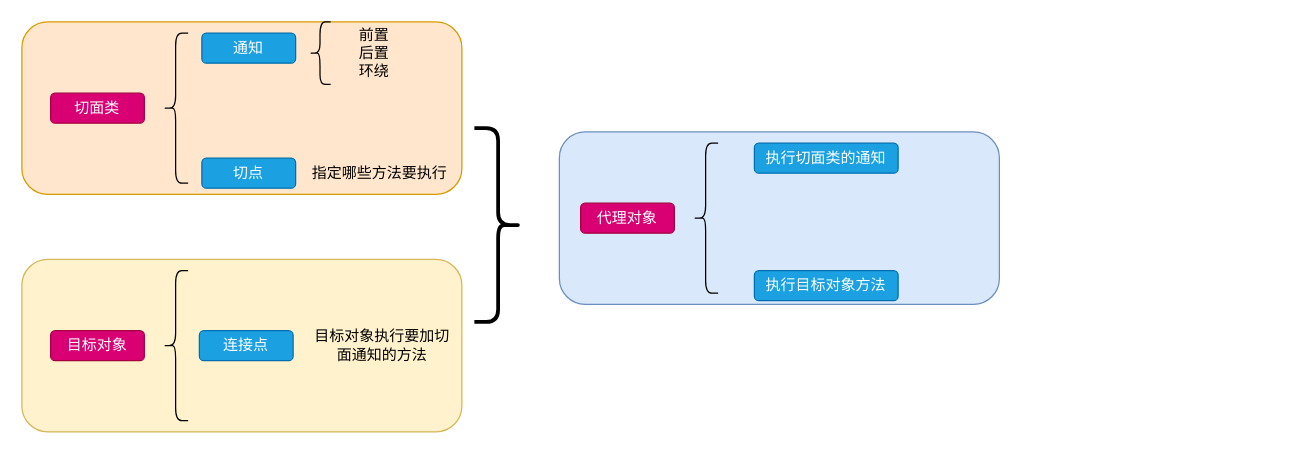
Earlier version of the draw.io diagram AOP.drawio (BJPotter/drawio). Source tidied: cells renumbered, new cells numbered last; positions are measured from the earlier drawing's top-left corner, leaving out a move shared by most shapes. Both pictures are drawn from the tidied source at 125%, with x=0, y=0 at pixel (21, 21).
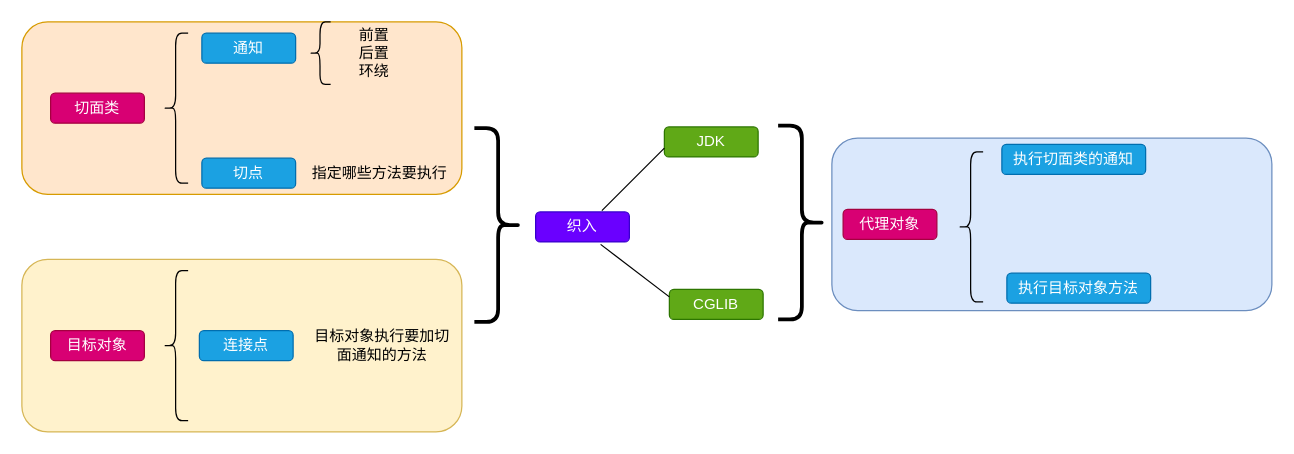
After the change.

Change to the diagram source:
```diff
@@
     <mxCell id="4" style="rounded=1;whiteSpace=wrap;html=1;fillColor=#dae8fc;strokeColor=#6c8ebf;" parent="1" vertex="1">
-      <mxGeometry x="430" y="88" width="352" height="138" as="geometry" />
+      <mxGeometry x="648" y="93" width="352" height="138" as="geometry" />
     </mxCell>
@@
     <mxCell id="7" style="shape=curlyBracket;whiteSpace=wrap;html=1;rounded=1;labelPosition=left;verticalLabelPosition=middle;align=right;verticalAlign=middle;" parent="1" vertex="1">
-      <mxGeometry x="537" y="97" width="20" height="120" as="geometry" />
+      <mxGeometry x="749" y="104" width="20" height="120" as="geometry" />
     </mxCell>
@@
     <mxCell id="11" value="代理对象" style="rounded=1;whiteSpace=wrap;html=1;fillColor=#d80073;fontColor=#ffffff;strokeColor=#A50040;" parent="1" vertex="1">
-      <mxGeometry x="447" y="145" width="75" height="24" as="geometry" />
+      <mxGeometry x="657" y="150" width="75" height="24" as="geometry" />
     </mxCell>
@@
     <mxCell id="14" value="执行切面类的通知" style="rounded=1;whiteSpace=wrap;html=1;fillColor=#1ba1e2;fontColor=#ffffff;strokeColor=#006EAF;" parent="1" vertex="1">
-      <mxGeometry x="586" y="97" width="115" height="24" as="geometry" />
+      <mxGeometry x="784" y="98" width="115" height="24" as="geometry" />
     </mxCell>
     <mxCell id="15" value="执行目标对象方法" style="rounded=1;whiteSpace=wrap;html=1;fillColor=#1ba1e2;fontColor=#ffffff;strokeColor=#006EAF;" parent="1" vertex="1">
-      <mxGeometry x="586" y="199" width="115" height="24" as="geometry" />
+      <mxGeometry x="788" y="201" width="115" height="24" as="geometry" />
     </mxCell>
@@
+    <mxCell id="21" value="织入" style="rounded=1;whiteSpace=wrap;html=1;fillColor=#6a00ff;fontColor=#ffffff;strokeColor=#3700CC;" parent="1" vertex="1">
+      <mxGeometry x="411" y="152" width="75" height="24" as="geometry" />
+    </mxCell>
+    <mxCell id="22" style="shape=curlyBracket;whiteSpace=wrap;html=1;rounded=1;flipH=1;labelPosition=right;verticalLabelPosition=middle;align=left;verticalAlign=middle;strokeWidth=3;" parent="1" vertex="1">
+      <mxGeometry x="605" y="83" width="38" height="155" as="geometry" />
+    </mxCell>
+    <mxCell id="23" value="JDK" style="rounded=1;whiteSpace=wrap;html=1;fillColor=#60a917;fontColor=#ffffff;strokeColor=#2D7600;" parent="1" vertex="1">
+      <mxGeometry x="514" y="84" width="75" height="24" as="geometry" />
+    </mxCell>
+    <mxCell id="24" value="CGLIB" style="rounded=1;whiteSpace=wrap;html=1;fillColor=#60a917;fontColor=#ffffff;strokeColor=#2D7600;" parent="1" vertex="1">
+      <mxGeometry x="518" y="214" width="75" height="24" as="geometry" />
+    </mxCell>
+    <mxCell id="25" style="endArrow=none;html=1;rounded=0;" parent="1" edge="1">
+      <mxGeometry relative="1" as="geometry">
+        <mxPoint x="464" y="151" as="sourcePoint" />
+        <mxPoint x="514" y="101" as="targetPoint" />
+      </mxGeometry>
+    </mxCell>
+    <mxCell id="26" style="endArrow=none;html=1;rounded=0;entryX=0;entryY=0.25;entryDx=0;entryDy=0;entryPerimeter=0;" parent="1" edge="1" target="24">
+      <mxGeometry relative="1" as="geometry">
+        <mxPoint x="463" y="178" as="sourcePoint" />
+      </mxGeometry>
+    </mxCell>
```
